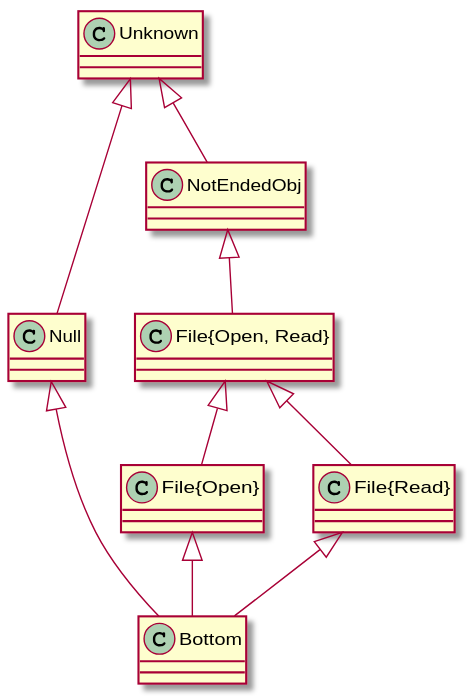
The PlantUML diagram type_system_example.svg in jdmota/java-typestate-checker, before a commit.
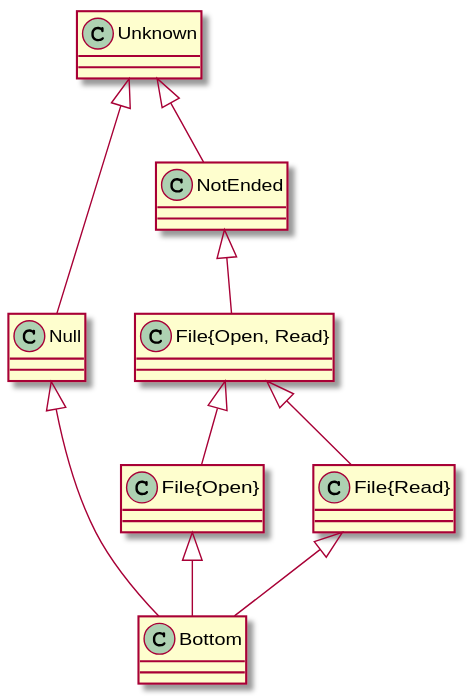
After the change.

Diff of the diagram source:
```diff
@@ -1,7 +1,7 @@
 @startuml
 Unknown <|-- Null
-Unknown <|-- NotEndedObj
-NotEndedObj<|-- "File{Open, Read}"
+Unknown <|-- NotEnded
+NotEnded <|-- "File{Open, Read}"
 "File{Open, Read}" <|-- "File{Open}"
 "File{Open, Read}" <|-- "File{Read}"
 Null <|-- Bottom
```
